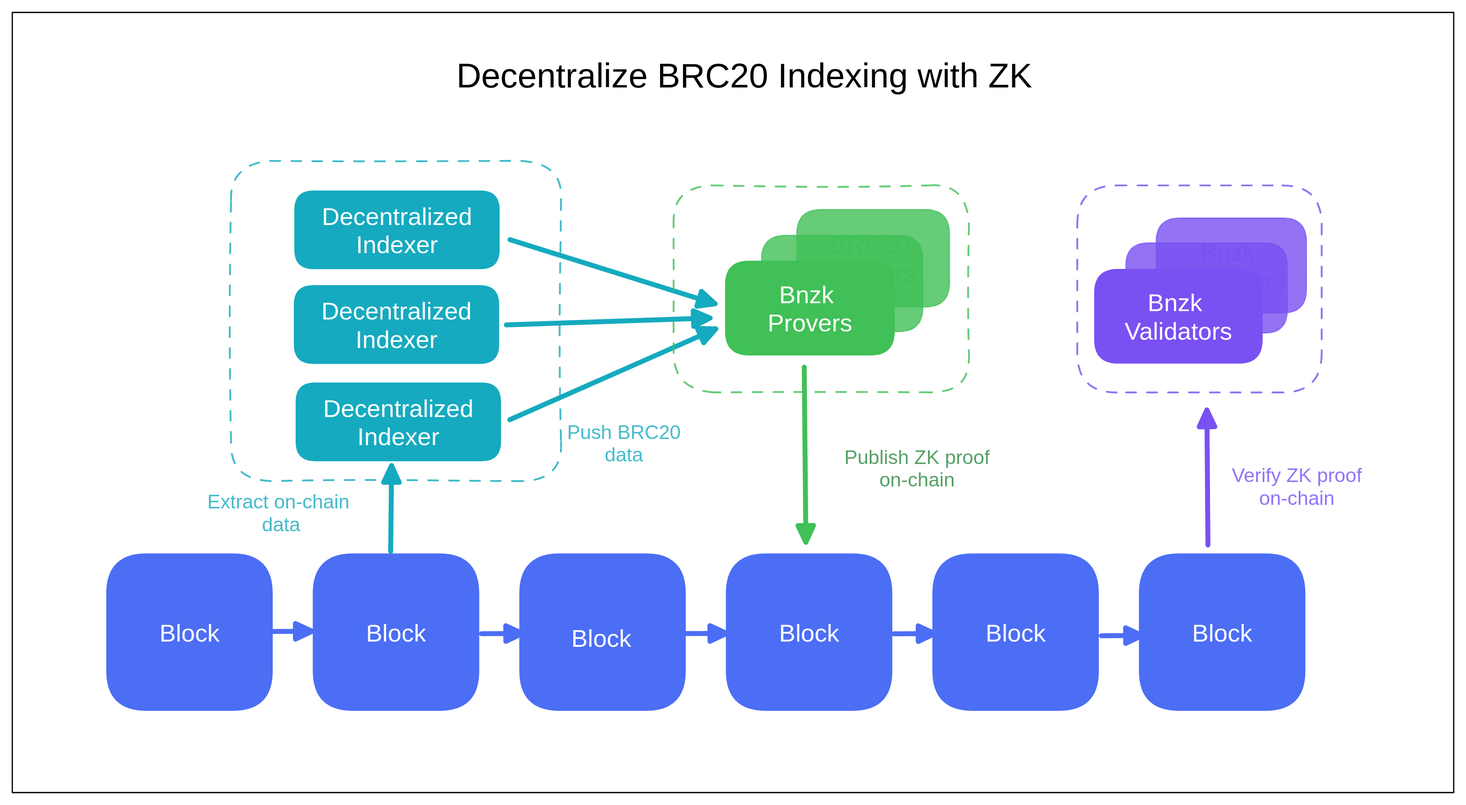
The Excalidraw diagram .gitbook/assets/file.excalidraw (1).svg in bnzk-labs/Bnzk-docs, before a commit. Source tidied: one line per element, renumbered; positions are measured from the earlier drawing's top-left corner, leaving out a move shared by most shapes.
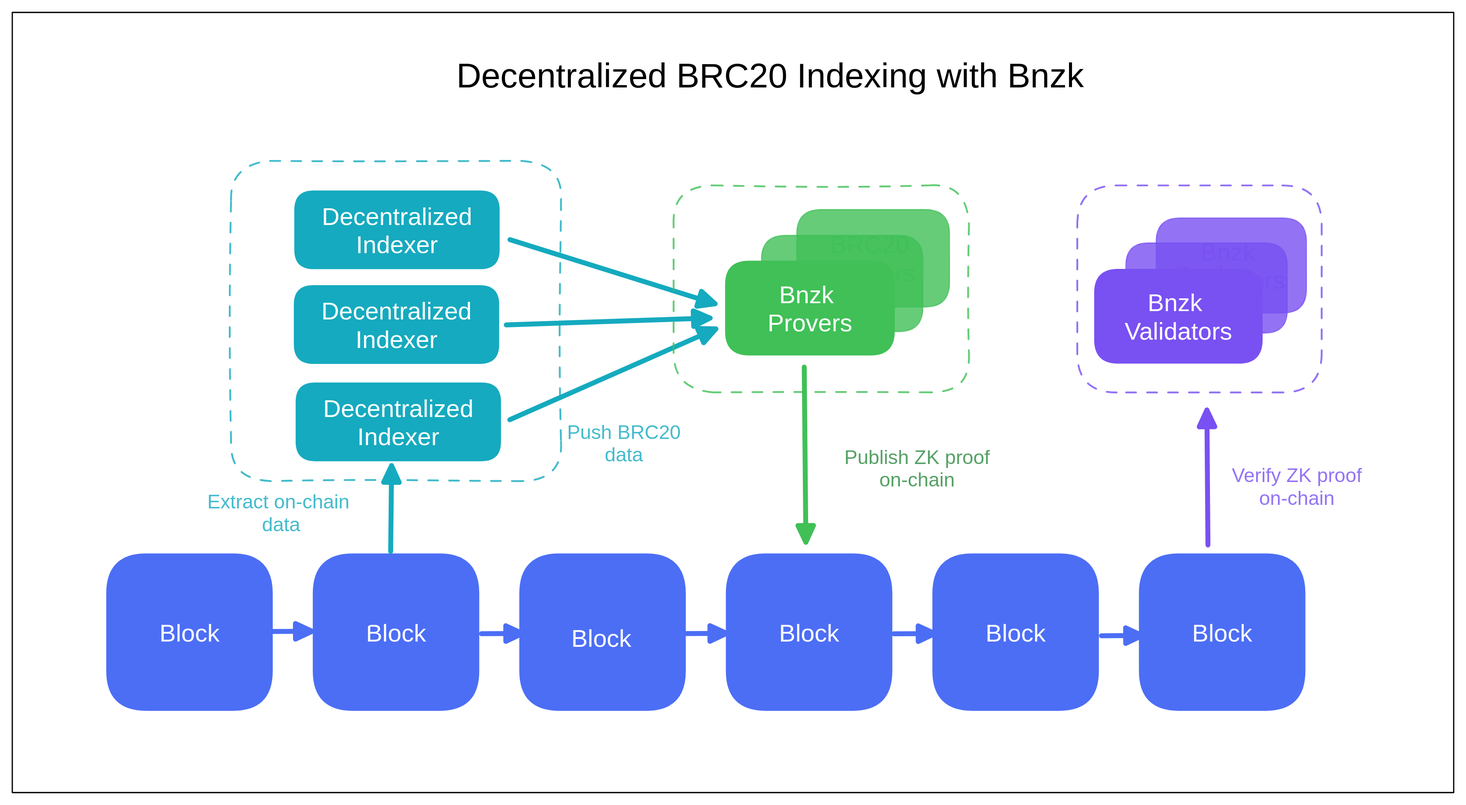
The same diagram one commit later.

Commit message:
GITBOOK-23: change request with no subject merged in GitBook

Change to the diagram source:
```diff
@@ -29,7 +29,7 @@
 {"id": 28, "type": "arrow", "strokeColor": "#15aabf", "strokeWidth": 4, "roughness": 0, "endArrowhead": "triangle", "from": 26, "to": 24, "x": 405, "y": 185, "width": 167, "height": 52, "points": [[0, 0], [167, 52]]}
 {"id": 29, "type": "freedraw", "strokeColor": "#fff", "backgroundColor": "#364fc7", "fillStyle": "solid", "strokeWidth": 1, "roughness": 0, "x": 332, "y": 396, "width": 0, "height": 0, "points": [[0, 0], [0, 0]]}
 {"id": 30, "type": "rectangle", "strokeColor": "#000000", "strokeWidth": 1, "roughness": 0, "x": 0, "y": 0, "width": 1172, "height": 634}
-{"id": 31, "type": "text", "text": "Decentralize BRC20 Indexing with ZK", "strokeColor": "#000000", "strokeWidth": 1, "roughness": 0, "fontSize": 28, "fontFamily": 2, "x": 361, "y": 35, "width": 470, "height": 32}
+{"id": 31, "type": "text", "text": "Decentralized BRC20 Indexing with Bnzk", "strokeColor": "#000000", "strokeWidth": 1, "roughness": 0, "fontSize": 28, "fontFamily": 2, "x": 361, "y": 35, "width": 512, "height": 32}
 {"id": 32, "type": "rectangle", "strokeColor": "#fff", "backgroundColor": "#15aabf", "fillStyle": "solid", "strokeWidth": 1, "roughness": 0, "round": true, "x": 228, "y": 221, "width": 168, "height": 65}
 {"id": 33, "type": "text", "text": "Decentralized\nIndexer", "strokeColor": "#fff", "backgroundColor": "#364fc7", "fillStyle": "solid", "strokeWidth": 1, "roughness": 0, "fontSize": 20, "fontFamily": 2, "textAlign": "center", "verticalAlign": "middle", "inside": 32, "x": 251, "y": 231, "width": 123, "height": 46}
 {"id": 34, "type": "rectangle", "strokeColor": "#fff", "backgroundColor": "#15aabf", "fillStyle": "solid", "strokeWidth": 1, "roughness": 0, "round": true, "x": 230, "y": 300, "width": 168, "height": 65}
```
